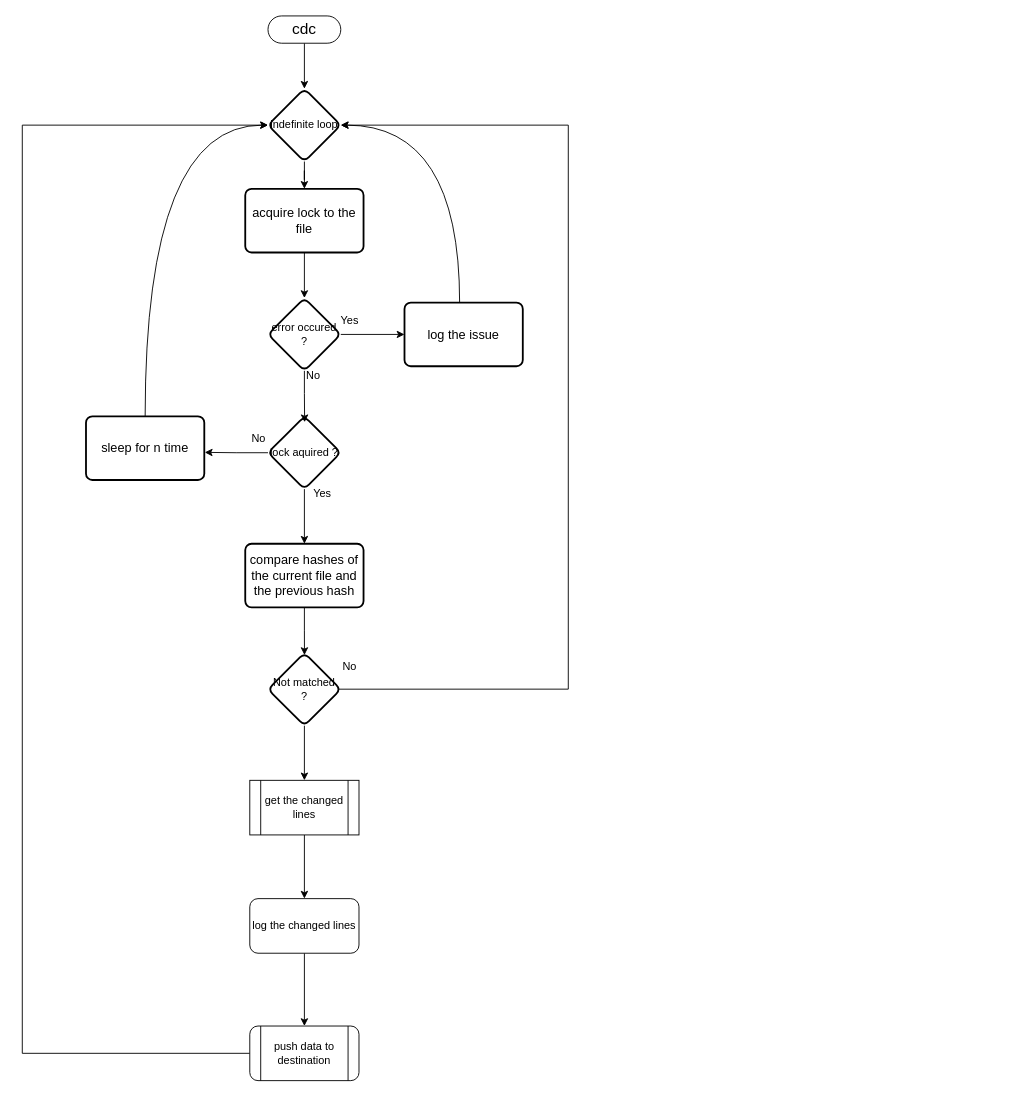
kosalaMaduwantha/go-changed-data-capture keeps this draw.io diagram as docs/general-architecture.drawio. Above is the earlier version. Source tidied: cells renumbered, new cells numbered last; positions are measured from the earlier drawing's top-left corner, leaving out a move shared by most shapes. Both pictures are drawn from the tidied source at 91%, with x=0, y=0 at pixel (22, 15).
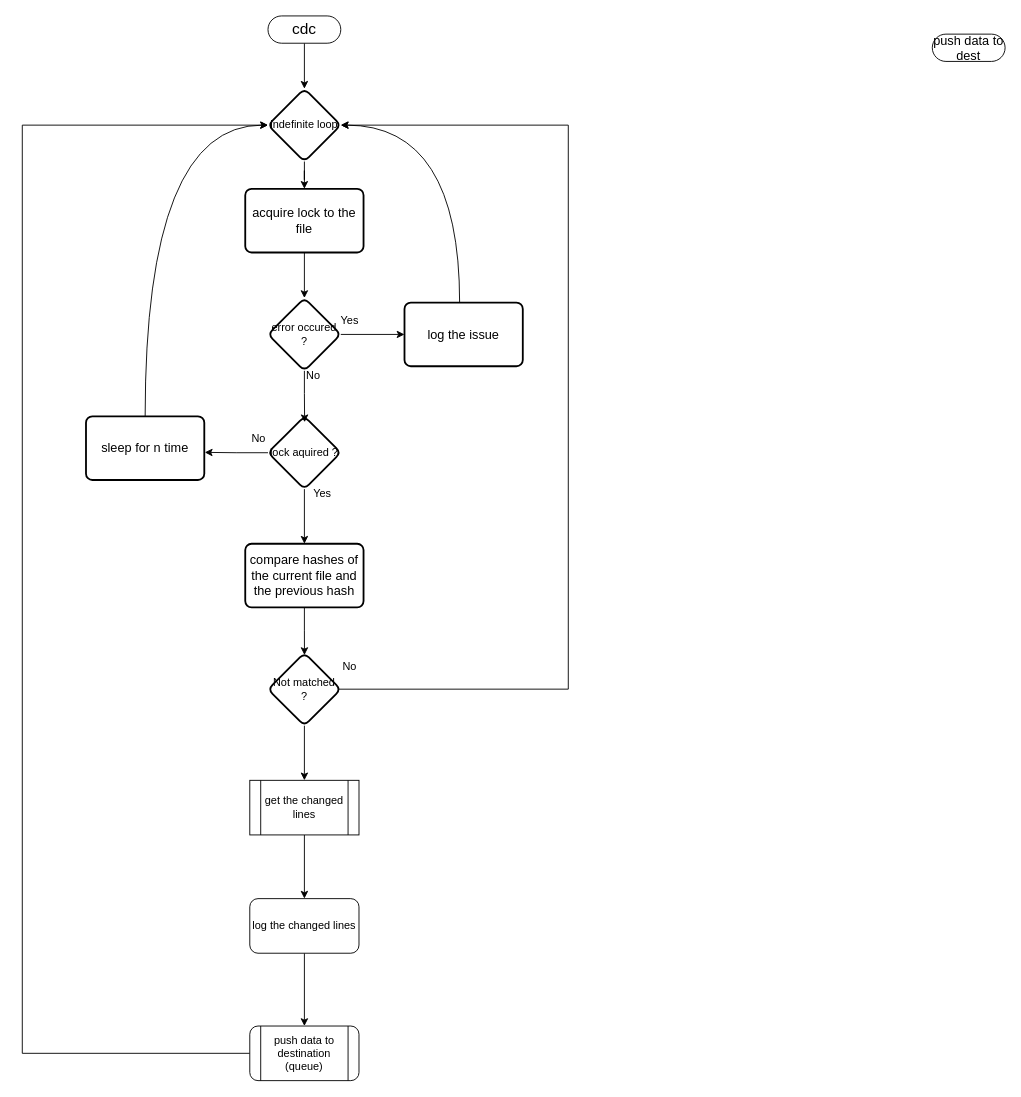
After the change.

Commit message (it also covers changes not shown here):
add RabbitMQ adapter for message queuing and update architecture diagram

What changed in the source:
```diff
@@
-    <mxCell id="33" value="push data to destination" style="shape=process;whiteSpace=wrap;html=1;backgroundOutline=1;rounded=1;" parent="1" vertex="1">
+    <mxCell id="33" value="push data to destination (queue)" style="shape=process;whiteSpace=wrap;html=1;backgroundOutline=1;rounded=1;" parent="1" vertex="1">
       <mxGeometry x="250" y="1110" width="120" height="60" as="geometry" />
     </mxCell>
+    <mxCell id="34" value="&lt;font style=&quot;font-size: 14px;&quot;&gt;push data to dest&lt;/font&gt;" style="html=1;dashed=0;whiteSpace=wrap;shape=mxgraph.dfd.start;" parent="1" vertex="1">
+      <mxGeometry x="1000" y="20" width="80" height="30" as="geometry" />
+    </mxCell>
```
